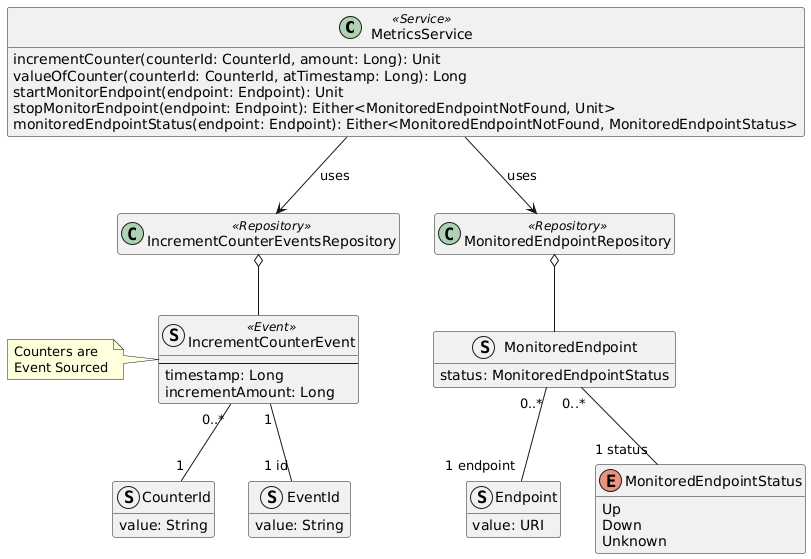
The PlantUML diagram doc/diagrams/metrics-service-domain-model.png in Ventus218/SAP-assignment-02, before a commit.
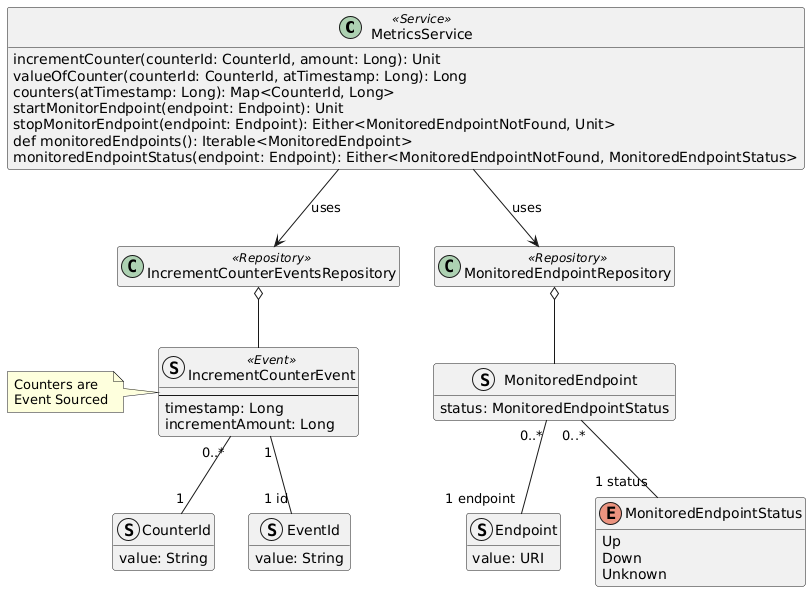
Above is the later version.

Commit message:
Automatically generated PlantUML diagrams

Diff of the diagram source:
```diff
@@ -3,8 +3,10 @@
 class MetricsService <<Service>> {
     incrementCounter(counterId: CounterId, amount: Long): Unit
     valueOfCounter(counterId: CounterId, atTimestamp: Long): Long
+    counters(atTimestamp: Long): Map<CounterId, Long>
     startMonitorEndpoint(endpoint: Endpoint): Unit
     stopMonitorEndpoint(endpoint: Endpoint): Either<MonitoredEndpointNotFound, Unit>
+    def monitoredEndpoints(): Iterable<MonitoredEndpoint>
     monitoredEndpointStatus(endpoint: Endpoint): Either<MonitoredEndpointNotFound, MonitoredEndpointStatus>
 }
 
```
